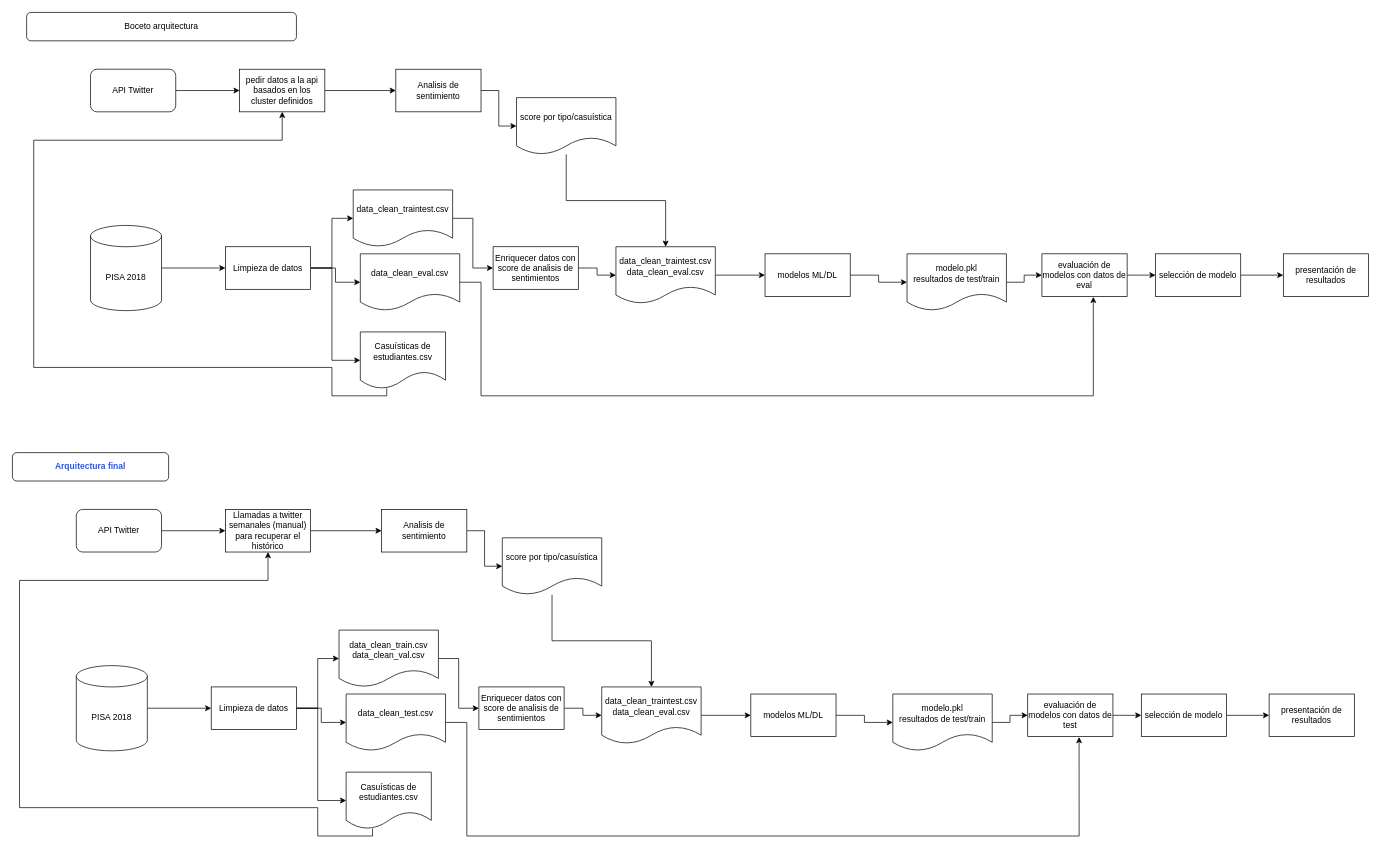
This is 4_Arquitectura/Diagrama_arquitectura.drawio from tuky-g/BDCoders_Abandono_escolar, a draw.io file, before an edit. Source tidied: cells renumbered, new cells numbered last; positions are measured from the earlier drawing's top-left corner, leaving out a move shared by most shapes. Both pictures are drawn from the tidied source at 71%, with x=0, y=0 at pixel (12, 12). Pictures stored in the file or linked from it are replaced by grey dashed boxes.
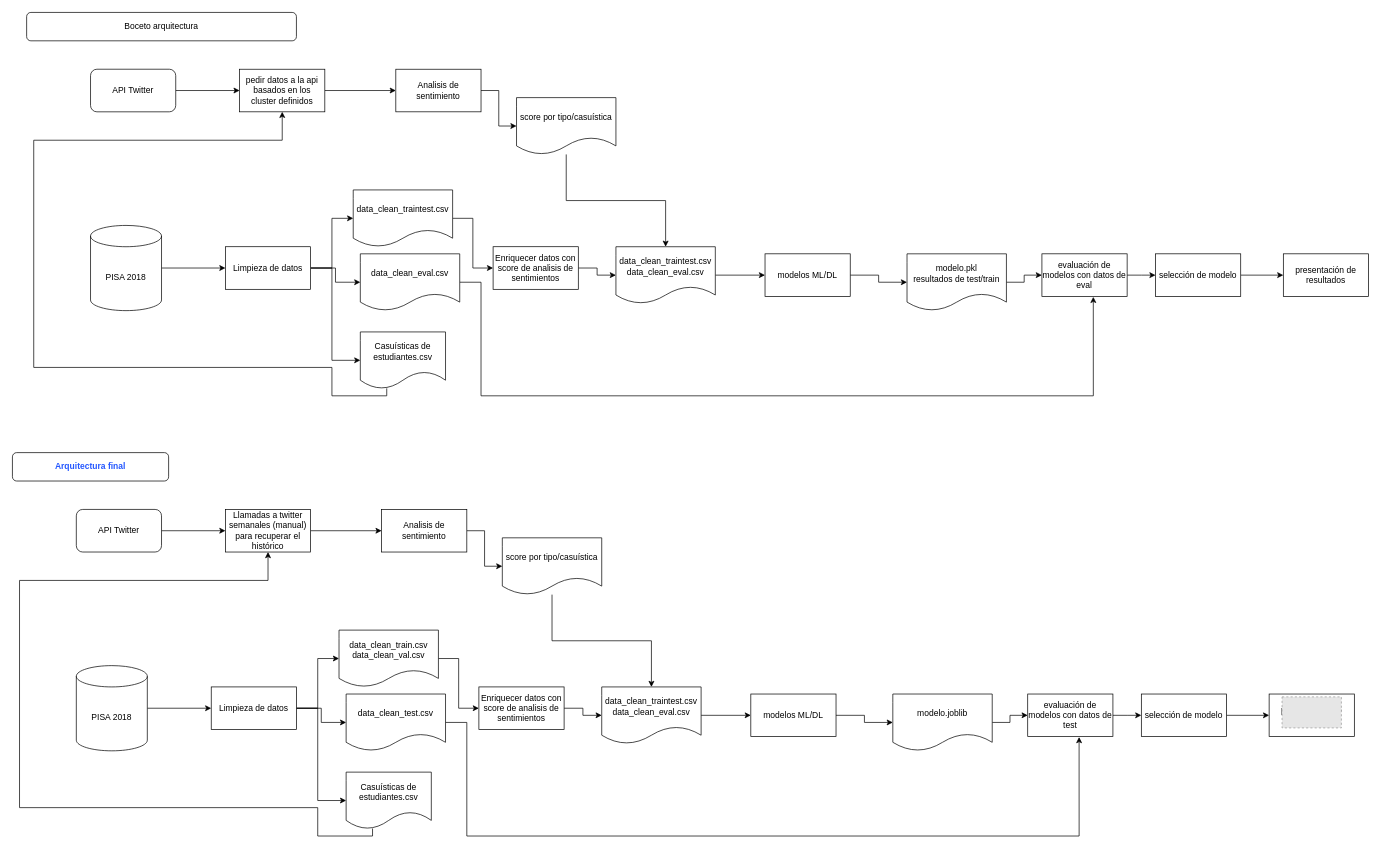
After the change.

Commit message (it also covers changes not shown here):
cambio en diagrama arquitectura

Change to the diagram source:
```diff
@@
-    <mxCell id="61" value="modelo.pkl&lt;br&gt;resultados de test/train" style="shape=document;whiteSpace=wrap;html=1;boundedLbl=1;" parent="1" vertex="1">
+    <mxCell id="61" value="modelo.joblib" style="shape=document;whiteSpace=wrap;html=1;boundedLbl=1;" parent="1" vertex="1">
       <mxGeometry x="1240" y="960" width="140" height="80" as="geometry" />
     </mxCell>
@@
+    <mxCell id="70" style="fillColor=#E6E6E6;strokeColor=#999999;dashed=1;verticalLabelPosition=bottom;labelBackgroundColor=default;verticalAlign=top;" parent="1" vertex="1">
+      <mxGeometry x="1788.2" y="964" width="83.6" height="43.7" as="geometry" />
+    </mxCell>
```
